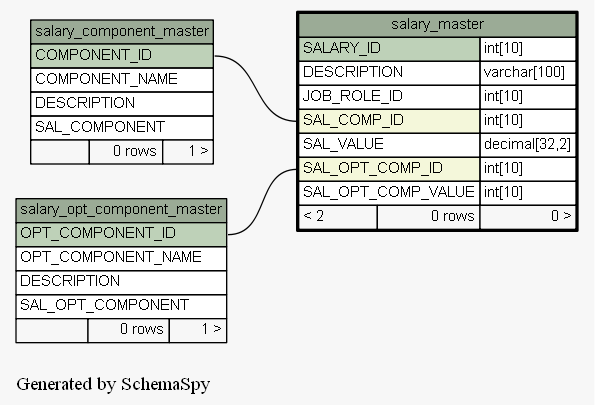
engineerscraft/hrms keeps this Graphviz diagram as docs/database/schemaspy/graphs/salary_master.1degree.png. Above is the earlier version. Its source is kept beside it as docs/database/schemaspy/graphs/salary_master.1degree.dot.
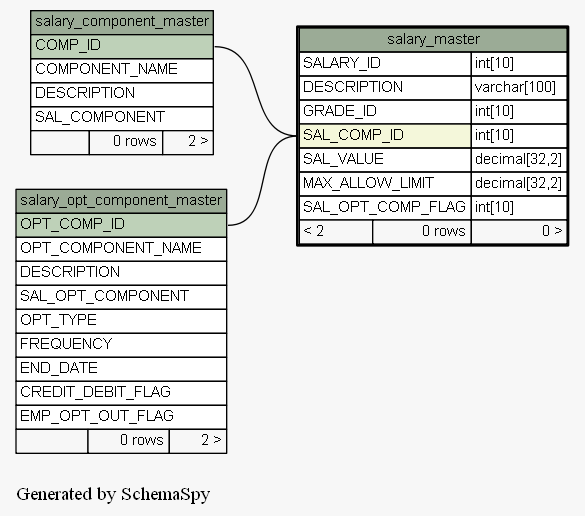
After the commit.

What changed in the source:
```diff
@@ -13,17 +13,17 @@
   edge [
     arrowsize="0.8"
   ];
-  "salary_master":"SAL_COMP_ID":w -> "salary_component_master":"COMPONENT_ID":e [arrowtail=crowodot arrowhead=none];
-  "salary_master":"SAL_OPT_COMP_ID":w -> "salary_opt_component_master":"OPT_COMPONENT_ID":e [arrowtail=crowodot arrowhead=none];
+  "salary_master":"SAL_COMP_ID":w -> "salary_component_master":"COMP_ID":e [arrowtail=crowodot arrowhead=none];
+  "salary_master":"SAL_COMP_ID":w -> "salary_opt_component_master":"OPT_COMP_ID":e [arrowtail=crowodot arrowhead=none];
   "salary_component_master" [
     label=<
     <TABLE BORDER="0" CELLBORDER="1" CELLSPACING="0" BGCOLOR="#ffffff">
       <TR><TD PORT="salary_component_master.heading" COLSPAN="3" BGCOLOR="#9bab96" ALIGN="CENTER">salary_component_master</TD></TR>
-      <TR><TD PORT="COMPONENT_ID" COLSPAN="3" BGCOLOR="#bed1b8" ALIGN="LEFT">COMPONENT_ID</TD></TR>
+      <TR><TD PORT="COMP_ID" COLSPAN="3" BGCOLOR="#bed1b8" ALIGN="LEFT">COMP_ID</TD></TR>
       <TR><TD PORT="COMPONENT_NAME" COLSPAN="3" ALIGN="LEFT">COMPONENT_NAME</TD></TR>
       <TR><TD PORT="DESCRIPTION" COLSPAN="3" ALIGN="LEFT">DESCRIPTION</TD></TR>
       <TR><TD PORT="SAL_COMPONENT" COLSPAN="3" ALIGN="LEFT">SAL_COMPONENT</TD></TR>
-      <TR><TD ALIGN="LEFT" BGCOLOR="#f7f7f7">  </TD><TD ALIGN="RIGHT" BGCOLOR="#f7f7f7">0 rows</TD><TD ALIGN="RIGHT" BGCOLOR="#f7f7f7">1 &gt;</TD></TR>
+      <TR><TD ALIGN="LEFT" BGCOLOR="#f7f7f7">  </TD><TD ALIGN="RIGHT" BGCOLOR="#f7f7f7">0 rows</TD><TD ALIGN="RIGHT" BGCOLOR="#f7f7f7">2 &gt;</TD></TR>
     </TABLE>>
     URL="salary_component_master.html#graph"
     tooltip="salary_component_master"
@@ -32,13 +32,13 @@
     label=<
     <TABLE BORDER="2" CELLBORDER="1" CELLSPACING="0" BGCOLOR="#ffffff">
       <TR><TD PORT="salary_master.heading" COLSPAN="3" BGCOLOR="#9bab96" ALIGN="CENTER">salary_master</TD></TR>
-      <TR><TD PORT="SALARY_ID" COLSPAN="2" BGCOLOR="#bed1b8" ALIGN="LEFT">SALARY_ID</TD><TD PORT="SALARY_ID.type" ALIGN="LEFT">int[10]</TD></TR>
+      <TR><TD PORT="SALARY_ID" COLSPAN="2" ALIGN="LEFT">SALARY_ID</TD><TD PORT="SALARY_ID.type" ALIGN="LEFT">int[10]</TD></TR>
       <TR><TD PORT="DESCRIPTION" COLSPAN="2" ALIGN="LEFT">DESCRIPTION</TD><TD PORT="DESCRIPTION.type" ALIGN="LEFT">varchar[100]</TD></TR>
-      <TR><TD PORT="JOB_ROLE_ID" COLSPAN="2" ALIGN="LEFT">JOB_ROLE_ID</TD><TD PORT="JOB_ROLE_ID.type" ALIGN="LEFT">int[10]</TD></TR>
+      <TR><TD PORT="GRADE_ID" COLSPAN="2" ALIGN="LEFT">GRADE_ID</TD><TD PORT="GRADE_ID.type" ALIGN="LEFT">int[10]</TD></TR>
       <TR><TD PORT="SAL_COMP_ID" COLSPAN="2" BGCOLOR="#f4f7da" ALIGN="LEFT">SAL_COMP_ID</TD><TD PORT="SAL_COMP_ID.type" ALIGN="LEFT">int[10]</TD></TR>
       <TR><TD PORT="SAL_VALUE" COLSPAN="2" ALIGN="LEFT">SAL_VALUE</TD><TD PORT="SAL_VALUE.type" ALIGN="LEFT">decimal[32,2]</TD></TR>
-      <TR><TD PORT="SAL_OPT_COMP_ID" COLSPAN="2" BGCOLOR="#f4f7da" ALIGN="LEFT">SAL_OPT_COMP_ID</TD><TD PORT="SAL_OPT_COMP_ID.type" ALIGN="LEFT">int[10]</TD></TR>
-      <TR><TD PORT="SAL_OPT_COMP_VALUE" COLSPAN="2" ALIGN="LEFT">SAL_OPT_COMP_VALUE</TD><TD PORT="SAL_OPT_COMP_VALUE.type" ALIGN="LEFT">int[10]</TD></TR>
+      <TR><TD PORT="MAX_ALLOW_LIMIT" COLSPAN="2" ALIGN="LEFT">MAX_ALLOW_LIMIT</TD><TD PORT="MAX_ALLOW_LIMIT.type" ALIGN="LEFT">decimal[32,2]</TD></TR>
+      <TR><TD PORT="SAL_OPT_COMP_FLAG" COLSPAN="2" ALIGN="LEFT">SAL_OPT_COMP_FLAG</TD><TD PORT="SAL_OPT_COMP_FLAG.type" ALIGN="LEFT">int[10]</TD></TR>
       <TR><TD ALIGN="LEFT" BGCOLOR="#f7f7f7">&lt; 2</TD><TD ALIGN="RIGHT" BGCOLOR="#f7f7f7">0 rows</TD><TD ALIGN="RIGHT" BGCOLOR="#f7f7f7">0 &gt;</TD></TR>
     </TABLE>>
     URL="salary_master.html#"
@@ -48,11 +48,16 @@
     label=<
     <TABLE BORDER="0" CELLBORDER="1" CELLSPACING="0" BGCOLOR="#ffffff">
       <TR><TD PORT="salary_opt_component_master.heading" COLSPAN="3" BGCOLOR="#9bab96" ALIGN="CENTER">salary_opt_component_master</TD></TR>
-      <TR><TD PORT="OPT_COMPONENT_ID" COLSPAN="3" BGCOLOR="#bed1b8" ALIGN="LEFT">OPT_COMPONENT_ID</TD></TR>
+      <TR><TD PORT="OPT_COMP_ID" COLSPAN="3" BGCOLOR="#bed1b8" ALIGN="LEFT">OPT_COMP_ID</TD></TR>
       <TR><TD PORT="OPT_COMPONENT_NAME" COLSPAN="3" ALIGN="LEFT">OPT_COMPONENT_NAME</TD></TR>
       <TR><TD PORT="DESCRIPTION" COLSPAN="3" ALIGN="LEFT">DESCRIPTION</TD></TR>
       <TR><TD PORT="SAL_OPT_COMPONENT" COLSPAN="3" ALIGN="LEFT">SAL_OPT_COMPONENT</TD></TR>
-      <TR><TD ALIGN="LEFT" BGCOLOR="#f7f7f7">  </TD><TD ALIGN="RIGHT" BGCOLOR="#f7f7f7">0 rows</TD><TD ALIGN="RIGHT" BGCOLOR="#f7f7f7">1 &gt;</TD></TR>
+      <TR><TD PORT="OPT_TYPE" COLSPAN="3" ALIGN="LEFT">OPT_TYPE</TD></TR>
+      <TR><TD PORT="FREQUENCY" COLSPAN="3" ALIGN="LEFT">FREQUENCY</TD></TR>
+      <TR><TD PORT="END_DATE" COLSPAN="3" ALIGN="LEFT">END_DATE</TD></TR>
+      <TR><TD PORT="CREDIT_DEBIT_FLAG" COLSPAN="3" ALIGN="LEFT">CREDIT_DEBIT_FLAG</TD></TR>
+      <TR><TD PORT="EMP_OPT_OUT_FLAG" COLSPAN="3" ALIGN="LEFT">EMP_OPT_OUT_FLAG</TD></TR>
+      <TR><TD ALIGN="LEFT" BGCOLOR="#f7f7f7">  </TD><TD ALIGN="RIGHT" BGCOLOR="#f7f7f7">0 rows</TD><TD ALIGN="RIGHT" BGCOLOR="#f7f7f7">2 &gt;</TD></TR>
     </TABLE>>
     URL="salary_opt_component_master.html#graph"
     tooltip="salary_opt_component_master"
```
